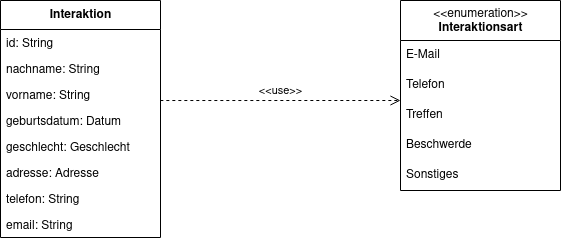
Simon-Hi5/bachelor-thesis keeps this draw.io diagram as thesis/figures/InteraktionUMLDiagram.png. Above is the earlier version. Source tidied: cells renumbered, new cells last; positions are measured from the earlier drawing's top-left corner, leaving out a move shared by most shapes. Its diagram source:
```xml
<mxGraphModel>
  <root>
    <mxCell id="0" />
    <mxCell id="1" parent="0" />
    <mxCell id="2" value="Interaktion" style="swimlane;fontStyle=1;align=center;verticalAlign=middle;horizontal=1;startSize=29;html=1;" parent="1" vertex="1">
      <mxGeometry width="160" height="237" as="geometry" />
    </mxCell>
    <mxCell id="3" value="id: String" style="text;align=left;verticalAlign=top;spacingLeft=4;spacingRight=4;overflow=hidden;" parent="2" vertex="1">
      <mxGeometry y="29" width="160" height="26" as="geometry" />
    </mxCell>
    <mxCell id="4" value="nachname: String" style="text;align=left;verticalAlign=top;spacingLeft=4;spacingRight=4;overflow=hidden;rounded=0;shadow=0;html=0;" parent="2" vertex="1">
      <mxGeometry y="55" width="160" height="26" as="geometry" />
    </mxCell>
    <mxCell id="5" value="vorname: String" style="text;align=left;verticalAlign=top;spacingLeft=4;spacingRight=4;overflow=hidden;points=[[0,0.5],[1,0.5]];portConstraint=eastwest;rounded=0;shadow=0;html=0;" parent="2" vertex="1">
      <mxGeometry y="81" width="160" height="26" as="geometry" />
    </mxCell>
    <mxCell id="6" value="geburtsdatum: Datum" style="text;align=left;verticalAlign=top;spacingLeft=4;spacingRight=4;overflow=hidden;rounded=0;shadow=0;html=0;" parent="2" vertex="1">
      <mxGeometry y="107" width="160" height="26" as="geometry" />
    </mxCell>
    <mxCell id="7" value="geschlecht: Geschlecht" style="text;align=left;verticalAlign=top;spacingLeft=4;spacingRight=4;overflow=hidden;points=[[0,0.5],[1,0.5]];portConstraint=eastwest;rounded=0;shadow=0;html=0;" parent="2" vertex="1">
      <mxGeometry y="133" width="160" height="26" as="geometry" />
    </mxCell>
    <mxCell id="8" value="adresse: Adresse " style="text;align=left;verticalAlign=top;spacingLeft=4;spacingRight=4;overflow=hidden;rounded=0;shadow=0;html=0;" parent="2" vertex="1">
      <mxGeometry y="159" width="160" height="26" as="geometry" />
    </mxCell>
    <mxCell id="9" value="telefon: String" style="text;align=left;verticalAlign=top;spacingLeft=4;spacingRight=4;overflow=hidden;rounded=0;shadow=0;html=0;" parent="2" vertex="1">
      <mxGeometry y="185" width="160" height="26" as="geometry" />
    </mxCell>
    <mxCell id="10" value="email: String" style="text;align=left;verticalAlign=top;spacingLeft=4;spacingRight=4;overflow=hidden;rounded=0;shadow=0;html=0;" parent="2" vertex="1">
      <mxGeometry y="211" width="160" height="26" as="geometry" />
    </mxCell>
    <mxCell id="11" value="&amp;lt;&amp;lt;enumeration&amp;gt;&amp;gt;&lt;br&gt;&lt;b&gt;Interaktionsart&lt;/b&gt;" style="swimlane;fontStyle=0;align=center;verticalAlign=top;horizontal=1;startSize=40;html=1;" parent="1" vertex="1">
      <mxGeometry x="400" width="160" height="190" as="geometry" />
    </mxCell>
    <mxCell id="12" value="&lt;div&gt;E-Mail&lt;/div&gt;" style="text;html=1;strokeColor=none;fillColor=none;align=left;verticalAlign=middle;spacingLeft=4;spacingRight=4;overflow=hidden;" parent="11" vertex="1">
      <mxGeometry y="40" width="160" height="30" as="geometry" />
    </mxCell>
    <mxCell id="13" value="Telefon" style="text;html=1;strokeColor=none;fillColor=none;align=left;verticalAlign=middle;spacingLeft=4;spacingRight=4;overflow=hidden;" parent="11" vertex="1">
      <mxGeometry y="70" width="160" height="30" as="geometry" />
    </mxCell>
    <mxCell id="14" value="Treffen" style="text;html=1;strokeColor=none;fillColor=none;align=left;verticalAlign=middle;spacingLeft=4;spacingRight=4;overflow=hidden;" parent="11" vertex="1">
      <mxGeometry y="100" width="160" height="30" as="geometry" />
    </mxCell>
    <mxCell id="15" value="Beschwerde" style="text;html=1;strokeColor=none;fillColor=none;align=left;verticalAlign=middle;spacingLeft=4;spacingRight=4;overflow=hidden;" parent="11" vertex="1">
      <mxGeometry y="130" width="160" height="30" as="geometry" />
    </mxCell>
    <mxCell id="16" value="Sonstiges" style="text;html=1;strokeColor=none;fillColor=none;align=left;verticalAlign=middle;spacingLeft=4;spacingRight=4;overflow=hidden;" parent="11" vertex="1">
      <mxGeometry y="160" width="160" height="30" as="geometry" />
    </mxCell>
    <mxCell id="17" value="&amp;lt;&amp;lt;use&amp;gt;&amp;gt;" style="endArrow=open;startArrow=none;endFill=0;startFill=0;endSize=8;html=1;verticalAlign=bottom;dashed=1;labelBackgroundColor=none;rounded=0;exitX=0.999;exitY=0.732;exitDx=0;exitDy=0;exitPerimeter=0;" parent="1" edge="1" source="5">
      <mxGeometry relative="1" as="geometry">
        <mxPoint x="400" y="100" as="targetPoint" />
      </mxGeometry>
    </mxCell>
  </root>
</mxGraphModel>
```
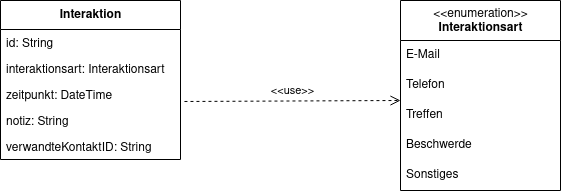
The same diagram one commit later.

The edit, as a diff of the source:
```diff
@@ -3,32 +3,23 @@
     <mxCell id="0" />
     <mxCell id="1" parent="0" />
     <mxCell id="2" value="Interaktion" style="swimlane;fontStyle=1;align=center;verticalAlign=middle;horizontal=1;startSize=29;html=1;" parent="1" vertex="1">
-      <mxGeometry width="160" height="237" as="geometry" />
+      <mxGeometry width="180" height="159" as="geometry" />
     </mxCell>
     <mxCell id="3" value="id: String" style="text;align=left;verticalAlign=top;spacingLeft=4;spacingRight=4;overflow=hidden;" parent="2" vertex="1">
-      <mxGeometry y="29" width="160" height="26" as="geometry" />
+      <mxGeometry y="29" width="180" height="26" as="geometry" />
     </mxCell>
-    <mxCell id="4" value="nachname: String" style="text;align=left;verticalAlign=top;spacingLeft=4;spacingRight=4;overflow=hidden;rounded=0;shadow=0;html=0;" parent="2" vertex="1">
-      <mxGeometry y="55" width="160" height="26" as="geometry" />
+    <mxCell id="4" value="interaktionsart: Interaktionsart" style="text;align=left;verticalAlign=top;spacingLeft=4;spacingRight=4;overflow=hidden;rounded=0;shadow=0;html=0;" parent="2" vertex="1">
+      <mxGeometry y="55" width="180" height="26" as="geometry" />
     </mxCell>
+    <mxCell id="7" value="zeitpunkt: DateTime" style="text;align=left;verticalAlign=top;spacingLeft=4;spacingRight=4;overflow=hidden;points=[[0,0.5],[1,0.5]];portConstraint=eastwest;rounded=0;shadow=0;html=0;" parent="2" vertex="1">
+      <mxGeometry y="81" width="180" height="26" as="geometry" />
+    </mxCell>
-    <mxCell id="5" value="vorname: String" style="text;align=left;verticalAlign=top;spacingLeft=4;spacingRight=4;overflow=hidden;points=[[0,0.5],[1,0.5]];portConstraint=eastwest;rounded=0;shadow=0;html=0;" parent="2" vertex="1">
-      <mxGeometry y="81" width="160" height="26" as="geometry" />
+    <mxCell id="5" value="notiz: String" style="text;align=left;verticalAlign=top;spacingLeft=4;spacingRight=4;overflow=hidden;points=[[0,0.5],[1,0.5]];portConstraint=eastwest;rounded=0;shadow=0;html=0;" parent="2" vertex="1">
+      <mxGeometry y="107" width="180" height="26" as="geometry" />
     </mxCell>
-    <mxCell id="6" value="geburtsdatum: Datum" style="text;align=left;verticalAlign=top;spacingLeft=4;spacingRight=4;overflow=hidden;rounded=0;shadow=0;html=0;" parent="2" vertex="1">
-      <mxGeometry y="107" width="160" height="26" as="geometry" />
+    <mxCell id="6" value="verwandteKontaktID: String" style="text;align=left;verticalAlign=top;spacingLeft=4;spacingRight=4;overflow=hidden;rounded=0;shadow=0;html=0;" parent="2" vertex="1">
+      <mxGeometry y="133" width="180" height="26" as="geometry" />
     </mxCell>
-    <mxCell id="7" value="geschlecht: Geschlecht" style="text;align=left;verticalAlign=top;spacingLeft=4;spacingRight=4;overflow=hidden;points=[[0,0.5],[1,0.5]];portConstraint=eastwest;rounded=0;shadow=0;html=0;" parent="2" vertex="1">
-      <mxGeometry y="133" width="160" height="26" as="geometry" />
-    </mxCell>
-    <mxCell id="8" value="adresse: Adresse " style="text;align=left;verticalAlign=top;spacingLeft=4;spacingRight=4;overflow=hidden;rounded=0;shadow=0;html=0;" parent="2" vertex="1">
-      <mxGeometry y="159" width="160" height="26" as="geometry" />
-    </mxCell>
-    <mxCell id="9" value="telefon: String" style="text;align=left;verticalAlign=top;spacingLeft=4;spacingRight=4;overflow=hidden;rounded=0;shadow=0;html=0;" parent="2" vertex="1">
-      <mxGeometry y="185" width="160" height="26" as="geometry" />
-    </mxCell>
-    <mxCell id="10" value="email: String" style="text;align=left;verticalAlign=top;spacingLeft=4;spacingRight=4;overflow=hidden;rounded=0;shadow=0;html=0;" parent="2" vertex="1">
-      <mxGeometry y="211" width="160" height="26" as="geometry" />
-    </mxCell>
     <mxCell id="11" value="&amp;lt;&amp;lt;enumeration&amp;gt;&amp;gt;&lt;br&gt;&lt;b&gt;Interaktionsart&lt;/b&gt;" style="swimlane;fontStyle=0;align=center;verticalAlign=top;horizontal=1;startSize=40;html=1;" parent="1" vertex="1">
       <mxGeometry x="400" width="160" height="190" as="geometry" />
     </mxCell>
@@ -47,7 +38,7 @@
     <mxCell id="16" value="Sonstiges" style="text;html=1;strokeColor=none;fillColor=none;align=left;verticalAlign=middle;spacingLeft=4;spacingRight=4;overflow=hidden;" parent="11" vertex="1">
       <mxGeometry y="160" width="160" height="30" as="geometry" />
     </mxCell>
-    <mxCell id="17" value="&amp;lt;&amp;lt;use&amp;gt;&amp;gt;" style="endArrow=open;startArrow=none;endFill=0;startFill=0;endSize=8;html=1;verticalAlign=bottom;dashed=1;labelBackgroundColor=none;rounded=0;exitX=0.999;exitY=0.732;exitDx=0;exitDy=0;exitPerimeter=0;" parent="1" edge="1" source="5">
+    <mxCell id="17" value="&amp;lt;&amp;lt;use&amp;gt;&amp;gt;" style="endArrow=open;startArrow=none;endFill=0;startFill=0;endSize=8;html=1;verticalAlign=bottom;dashed=1;labelBackgroundColor=none;rounded=0;exitX=1.022;exitY=0.769;exitDx=0;exitDy=0;exitPerimeter=0;" parent="1" edge="1" source="7">
       <mxGeometry relative="1" as="geometry">
         <mxPoint x="400" y="100" as="targetPoint" />
       </mxGeometry>
```
